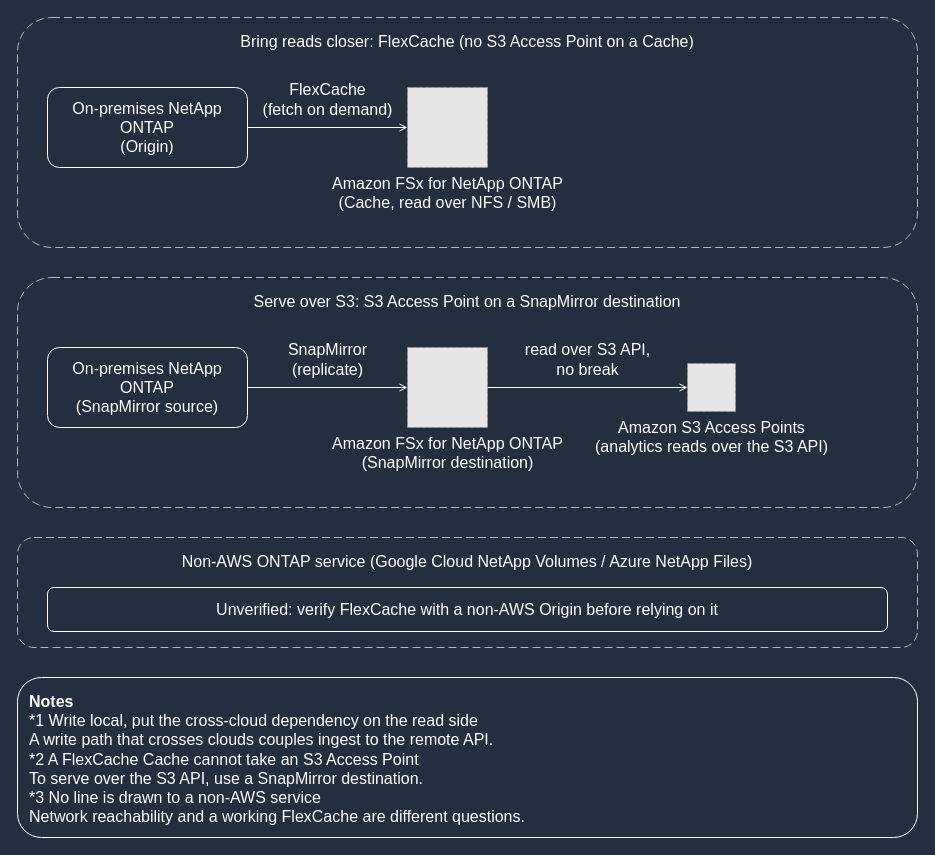
The draw.io diagram docs/_assets/diagrams/ai-hpc-cross-cloud-mobility-en-dark.drawio in Yoshiki0705/FSx-for-ONTAP-Adoption-Playbook, before the edit. Source tidied: cells renumbered, new cells numbered last; positions are measured from the earlier drawing's top-left corner, leaving out a move shared by most shapes. Both pictures are drawn from the tidied source at 100%, with x=0, y=0 at pixel (17, 17). Pictures stored in the file or linked from it are replaced by grey dashed boxes.
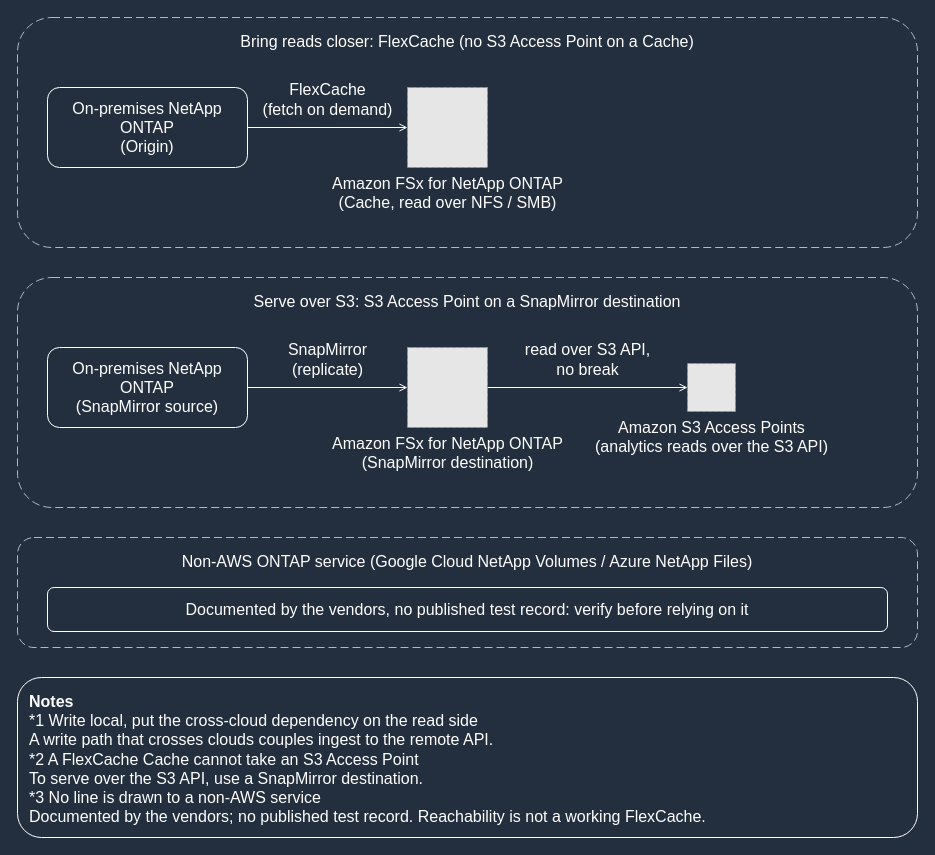
The same page after the edit.

The edit, as a diff of the source:
```diff
@@
 <mxGraphModel background="#232F3E">
   <root>
     <mxCell id="0" />
     <mxCell id="1" parent="0" />
     <mxCell id="2" value="FlexCache&lt;br&gt;(fetch on demand)" style="edgeStyle=orthogonalEdgeStyle;rounded=0;html=1;endArrow=open;endFill=0;strokeColor=#FFFFFF;strokeWidth=1;fontSize=16;fontColor=#FFFFFF;labelBackgroundColor=#232F3E;exitX=1.0;exitY=0.5;exitDx=0;exitDy=0;entryX=0.0;entryY=0.5;entryDx=0;entryDy=0;" parent="1" edge="1" source="8" target="12">
       <mxGeometry relative="1" as="geometry">
         <mxPoint y="-28" as="offset" />
       </mxGeometry>
     </mxCell>
     <mxCell id="3" value="SnapMirror&lt;br&gt;(replicate)" style="edgeStyle=orthogonalEdgeStyle;rounded=0;html=1;endArrow=open;endFill=0;strokeColor=#FFFFFF;strokeWidth=1;fontSize=16;fontColor=#FFFFFF;labelBackgroundColor=#232F3E;exitX=1.0;exitY=0.5;exitDx=0;exitDy=0;entryX=0.0;entryY=0.5;entryDx=0;entryDy=0;" parent="1" edge="1" source="9" target="13">
       <mxGeometry relative="1" as="geometry">
         <mxPoint y="-28" as="offset" />
       </mxGeometry>
     </mxCell>
     <mxCell id="4" value="read over S3 API,&lt;br&gt;no break" style="edgeStyle=orthogonalEdgeStyle;rounded=0;html=1;endArrow=open;endFill=0;strokeColor=#FFFFFF;strokeWidth=1;fontSize=16;fontColor=#FFFFFF;labelBackgroundColor=#232F3E;exitX=1.0;exitY=0.5;exitDx=0;exitDy=0;entryX=0.0;entryY=0.5;entryDx=0;entryDy=0;" parent="1" edge="1" source="13" target="14">
       <mxGeometry relative="1" as="geometry">
         <mxPoint y="-28" as="offset" />
       </mxGeometry>
     </mxCell>
     <mxCell id="5" value="Bring reads closer: FlexCache (no S3 Access Point on a Cache)" style="rounded=1;whiteSpace=wrap;html=1;dashed=1;dashPattern=8 4;strokeColor=#B0B8C1;fillColor=none;fontColor=#FFFFFF;fontSize=16;verticalAlign=top;align=center;spacingTop=8;" parent="1" vertex="1">
       <mxGeometry width="900" height="230" as="geometry" />
     </mxCell>
     <mxCell id="6" value="Serve over S3: S3 Access Point on a SnapMirror destination" style="rounded=1;whiteSpace=wrap;html=1;dashed=1;dashPattern=8 4;strokeColor=#B0B8C1;fillColor=none;fontColor=#FFFFFF;fontSize=16;verticalAlign=top;align=center;spacingTop=8;" parent="1" vertex="1">
       <mxGeometry y="260" width="900" height="230" as="geometry" />
     </mxCell>
     <mxCell id="7" value="Non-AWS ONTAP service (Google Cloud NetApp Volumes / Azure NetApp Files)" style="rounded=1;whiteSpace=wrap;html=1;dashed=1;dashPattern=8 4;strokeColor=#B0B8C1;fillColor=none;fontColor=#FFFFFF;fontSize=16;verticalAlign=top;align=center;spacingTop=8;" parent="1" vertex="1">
       <mxGeometry y="520" width="900" height="110" as="geometry" />
     </mxCell>
     <mxCell id="8" value="On-premises NetApp ONTAP&lt;br&gt;(Origin)" style="rounded=1;whiteSpace=wrap;html=1;strokeColor=#FFFFFF;fillColor=none;fontColor=#FFFFFF;fontSize=16;verticalAlign=middle;align=center;" parent="1" vertex="1">
       <mxGeometry x="30" y="70" width="200" height="80" as="geometry" />
     </mxCell>
     <mxCell id="9" value="On-premises NetApp ONTAP&lt;br&gt;(SnapMirror source)" style="rounded=1;whiteSpace=wrap;html=1;strokeColor=#FFFFFF;fillColor=none;fontColor=#FFFFFF;fontSize=16;verticalAlign=middle;align=center;" parent="1" vertex="1">
       <mxGeometry x="30" y="330" width="200" height="80" as="geometry" />
     </mxCell>
-    <mxCell id="10" value="Unverified: verify FlexCache with a non-AWS Origin before relying on it" style="rounded=1;whiteSpace=wrap;html=1;strokeColor=#FFFFFF;fillColor=none;fontColor=#FFFFFF;fontSize=16;verticalAlign=middle;align=center;" parent="1" vertex="1">
+    <mxCell id="10" value="Documented by the vendors, no published test record: verify before relying on it" style="rounded=1;whiteSpace=wrap;html=1;strokeColor=#FFFFFF;fillColor=none;fontColor=#FFFFFF;fontSize=16;verticalAlign=middle;align=center;" parent="1" vertex="1">
       <mxGeometry x="30" y="570" width="840" height="44" as="geometry" />
     </mxCell>
-    <mxCell id="11" value="&lt;b&gt;Notes&lt;/b&gt;&lt;br&gt;*1 Write local, put the cross-cloud dependency on the read side&lt;br&gt;A write path that crosses clouds couples ingest to the remote API.&lt;br&gt;*2 A FlexCache Cache cannot take an S3 Access Point&lt;br&gt;To serve over the S3 API, use a SnapMirror destination.&lt;br&gt;*3 No line is drawn to a non-AWS service&lt;br&gt;Network reachability and a working FlexCache are different questions." style="rounded=1;whiteSpace=wrap;html=1;strokeColor=#FFFFFF;fillColor=none;fontColor=#FFFFFF;fontSize=16;verticalAlign=top;align=left;spacingLeft=10;spacingRight=10;spacingTop=8;" parent="1" vertex="1">
+    <mxCell id="11" value="&lt;b&gt;Notes&lt;/b&gt;&lt;br&gt;*1 Write local, put the cross-cloud dependency on the read side&lt;br&gt;A write path that crosses clouds couples ingest to the remote API.&lt;br&gt;*2 A FlexCache Cache cannot take an S3 Access Point&lt;br&gt;To serve over the S3 API, use a SnapMirror destination.&lt;br&gt;*3 No line is drawn to a non-AWS service&lt;br&gt;Documented by the vendors; no published test record. Reachability is not a working FlexCache." style="rounded=1;whiteSpace=wrap;html=1;strokeColor=#FFFFFF;fillColor=none;fontColor=#FFFFFF;fontSize=16;verticalAlign=top;align=left;spacingLeft=10;spacingRight=10;spacingTop=8;" parent="1" vertex="1">
       <mxGeometry y="660" width="900" height="160" as="geometry" />
     </mxCell>
     <mxCell id="12" value="Amazon FSx for NetApp ONTAP&lt;br&gt;(Cache, read over NFS / SMB)" style="fillColor=#E6E6E6;strokeColor=#999999;dashed=1;html=1;verticalLabelPosition=bottom;verticalAlign=top;labelPosition=center;align=center;fontSize=16;fontColor=#FFFFFF;" parent="1" vertex="1">
       <mxGeometry x="390" y="70" width="80" height="80" as="geometry" />
     </mxCell>
     <mxCell id="13" value="Amazon FSx for NetApp ONTAP&lt;br&gt;(SnapMirror destination)" style="fillColor=#E6E6E6;strokeColor=#999999;dashed=1;html=1;verticalLabelPosition=bottom;verticalAlign=top;labelPosition=center;align=center;fontSize=16;fontColor=#FFFFFF;" parent="1" vertex="1">
       <mxGeometry x="390" y="330" width="80" height="80" as="geometry" />
     </mxCell>
     <mxCell id="14" value="Amazon S3 Access Points&lt;br&gt;(analytics reads over the S3 API)" style="fillColor=#E6E6E6;strokeColor=#999999;dashed=1;html=1;verticalLabelPosition=bottom;verticalAlign=top;labelPosition=center;align=center;fontSize=16;fontColor=#FFFFFF;" parent="1" vertex="1">
       <mxGeometry x="670" y="346" width="48" height="48" as="geometry" />
     </mxCell>
   </root>
 </mxGraphModel>
```
